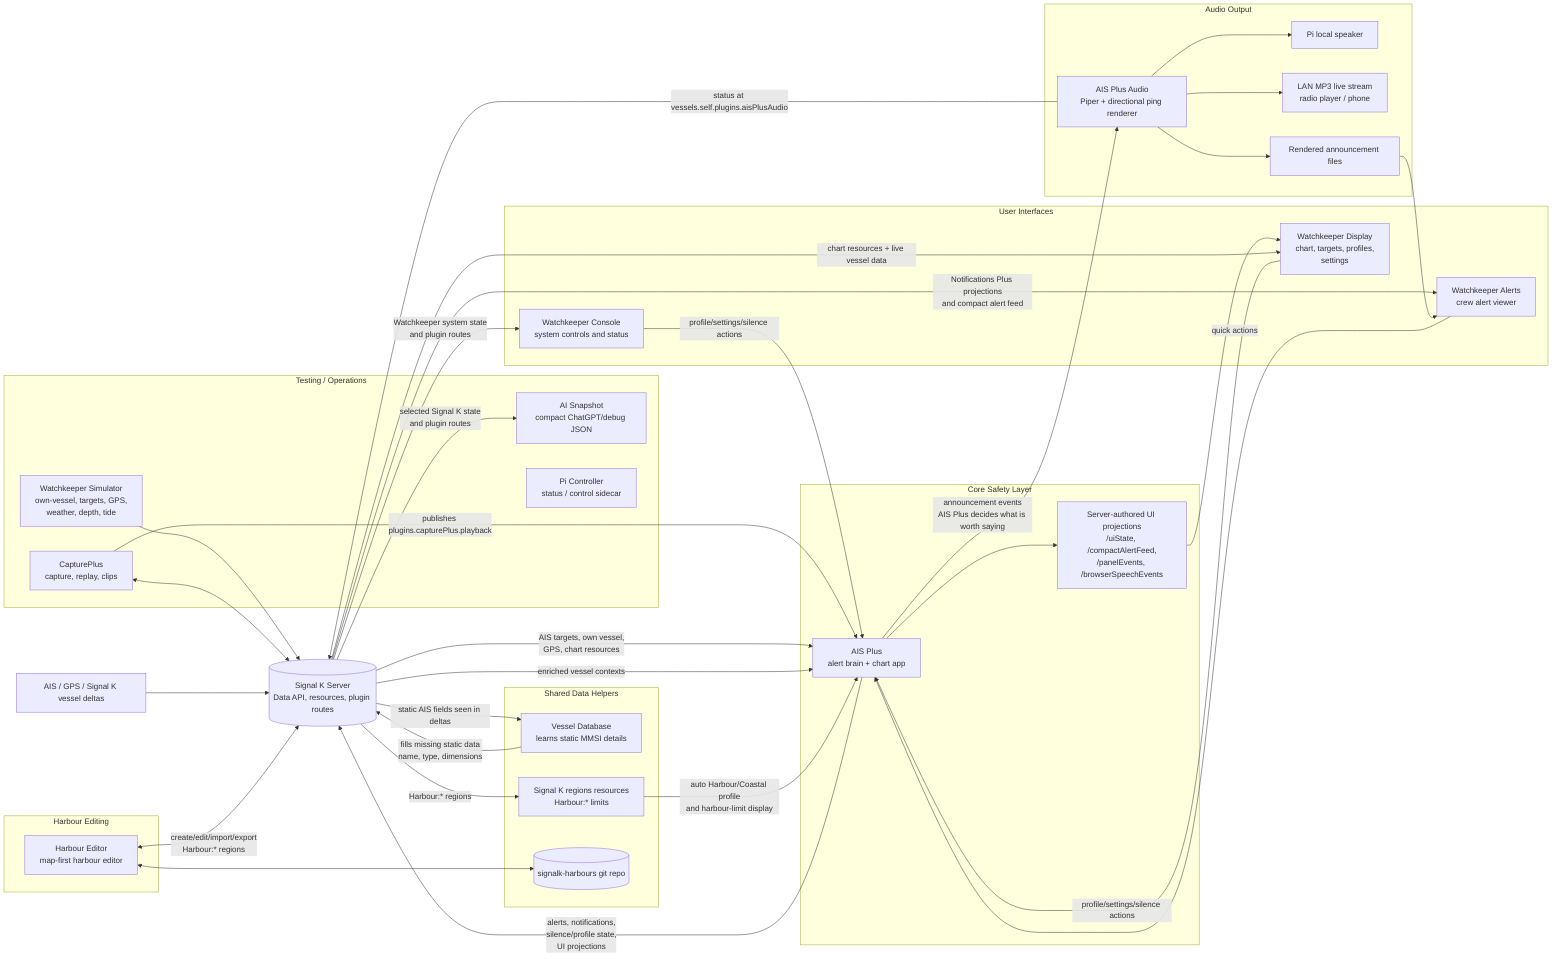
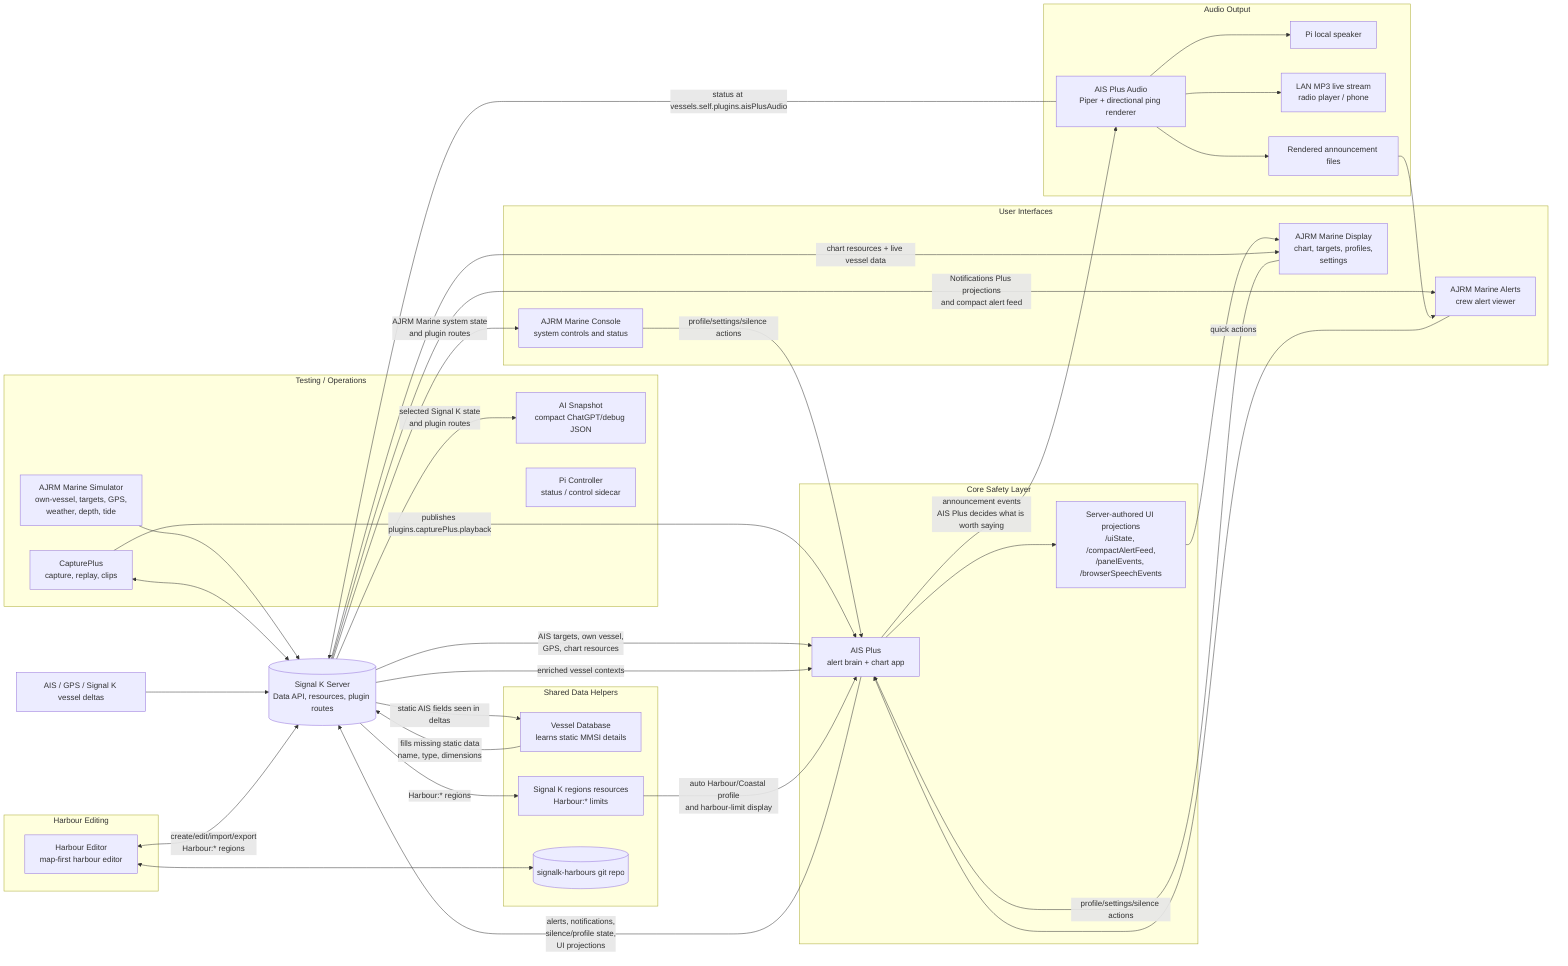
flowchart LR
  aisFeed["AIS / GPS / Signal K vessel deltas"]
  signalK[("Signal K Server\nData API, resources, plugin routes")]

  subgraph Core["Core Safety Layer"]
    aisPlus["AIS Plus\nalert brain + chart app"]
    uiState["Server-authored UI projections\n/uiState, /compactAlertFeed,\n/panelEvents, /browserSpeechEvents"]
  end

  subgraph Data["Shared Data Helpers"]
    vesselDb["Vessel Database\nlearns static MMSI details"]
    harbourResources["Signal K regions resources\nHarbour:* limits"]
    harbourRepo[("signalk-harbours git repo")]
  end

  subgraph Clients["User Interfaces"]
-     console["Watchkeeper Console\nsystem controls and status"]
-     display["Watchkeeper Display\nchart, targets, profiles,\nsettings"]
-     alerts["Watchkeeper Alerts\ncrew alert viewer"]
+     console["AJRM Marine Console\nsystem controls and status"]
+     display["AJRM Marine Display\nchart, targets, profiles,\nsettings"]
+     alerts["AJRM Marine Alerts\ncrew alert viewer"]
  end

  subgraph Audio["Audio Output"]
    audioPlugin["AIS Plus Audio\nPiper + directional ping renderer"]
    piSpeaker["Pi local speaker"]
    mp3Stream["LAN MP3 live stream\nradio player / phone"]
    generatedAudio["Rendered announcement files"]
  end

  subgraph Editing["Harbour Editing"]
    harbourEditor["Harbour Editor\nmap-first harbour editor"]
  end

  subgraph TestOps["Testing / Operations"]
-     watchkeeperSim["Watchkeeper Simulator\nown-vessel, targets, GPS,\nweather, depth, tide"]
+     watchkeeperSim["AJRM Marine Simulator\nown-vessel, targets, GPS,\nweather, depth, tide"]
    capturePlus["CapturePlus\ncapture, replay, clips"]
    aiSnapshot["AI Snapshot\ncompact ChatGPT/debug JSON"]
    piController["Pi Controller\nstatus / control sidecar"]
  end

  aisFeed --> signalK
  watchkeeperSim --> signalK
  capturePlus <--> signalK
  capturePlus -->|"publishes plugins.capturePlus.playback"| aisPlus

  signalK -->|"AIS targets, own vessel,\nGPS, chart resources"| aisPlus
  aisPlus -->|"alerts, notifications,\nsilence/profile state,\nUI projections"| signalK
  aisPlus --> uiState

  signalK -->|"static AIS fields seen in deltas"| vesselDb
  vesselDb -->|"fills missing static data\nname, type, dimensions"| signalK
  signalK -->|"enriched vessel contexts"| aisPlus

  harbourEditor <-->|"create/edit/import/export\nHarbour:* regions"| signalK
  harbourEditor <--> harbourRepo
  signalK -->|"Harbour:* regions"| harbourResources
  harbourResources -->|"auto Harbour/Coastal profile\nand harbour-limit display"| aisPlus

  uiState --> display
  signalK -->|"chart resources + live vessel data"| display
  display -->|"profile/settings/silence actions"| aisPlus

-   signalK -->|"Watchkeeper system state\nand plugin routes"| console
+   signalK -->|"AJRM Marine system state\nand plugin routes"| console
  console -->|"profile/settings/silence actions"| aisPlus

  signalK -->|"Notifications Plus projections\nand compact alert feed"| alerts
  alerts -->|"quick actions"| aisPlus

  signalK -->|"selected Signal K state\nand plugin routes"| aiSnapshot

  aisPlus -->|"announcement events\nAIS Plus decides what is worth saying"| audioPlugin
  audioPlugin -->|"status at vessels.self.plugins.aisPlusAudio"| signalK
  audioPlugin --> generatedAudio
  generatedAudio --> alerts
  audioPlugin --> piSpeaker
  audioPlugin --> mp3Stream
